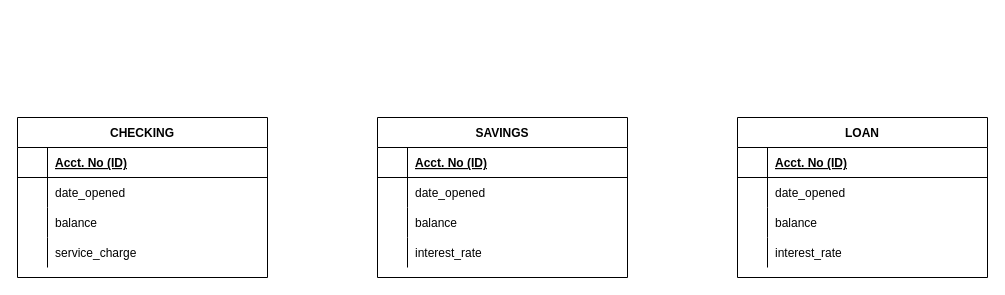
Above: Feb5.drawio in robeeds/is380-drawio (draw.io), before the change. Source tidied: cells renumbered, new cells numbered last; positions are measured from the earlier drawing's top-left corner, leaving out a move shared by most shapes. Both pictures are drawn from the tidied source at 100%, with x=0, y=0 at pixel (17, 117).
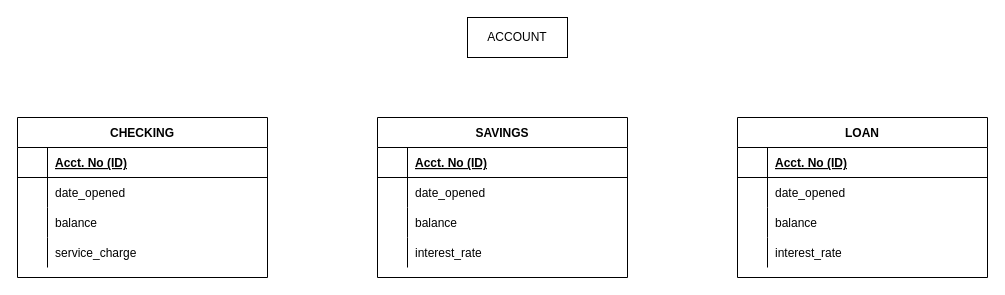
The same page after the edit.

The edit, as a diff of the source:
```diff
@@
+    <mxCell id="41" value="ACCOUNT" style="whiteSpace=wrap;html=1;align=center;" parent="1" vertex="1">
+      <mxGeometry x="450" y="-100" width="100" height="40" as="geometry" />
+    </mxCell>
```
